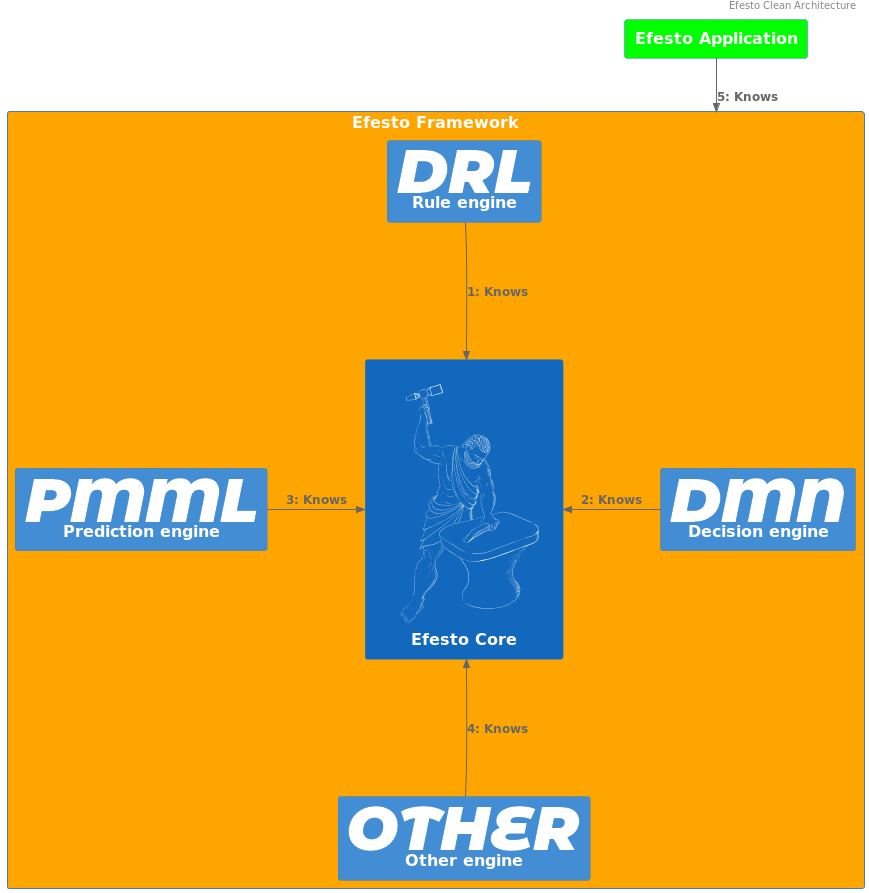
The PlantUML diagram efesto/documentation/images/efestocleanarchitecture.png in apache/incubator-kie-drools, before a commit.
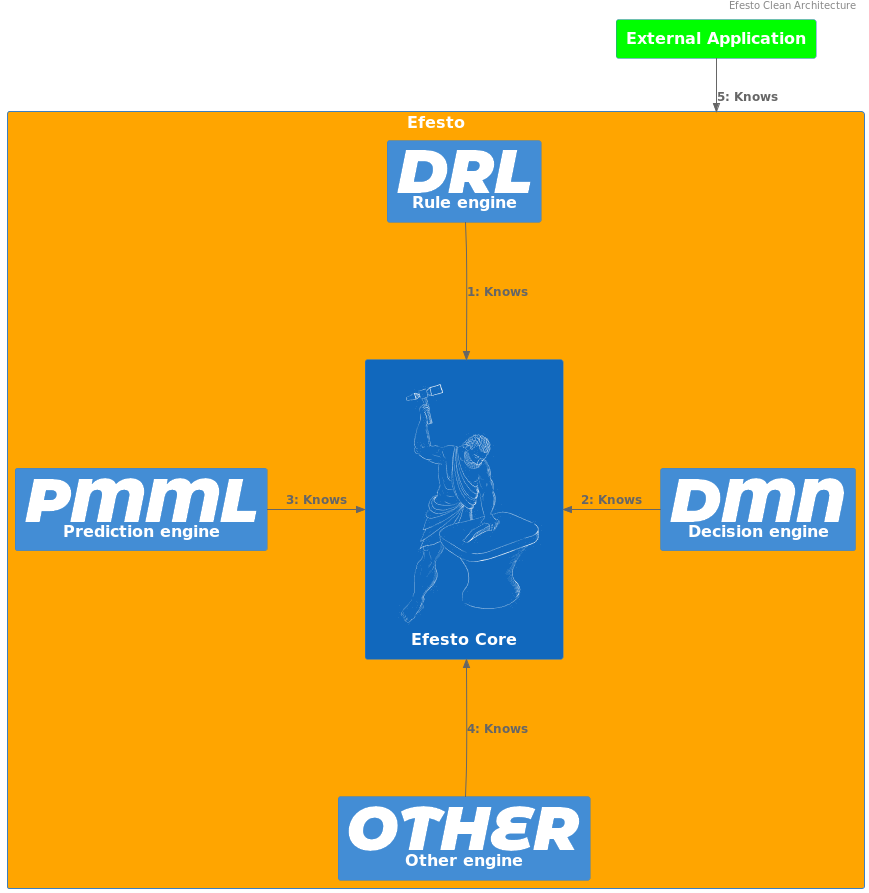
After the commit.

Commit message:
[images_efesto_post_1] Updating images

Diff of the diagram source:
```diff
@@ -20,7 +20,7 @@
 HIDE_STEREOTYPE()
 SHOW_PERSON_PORTRAIT()
 
-System(EfestoFramework, "Efesto Framework", $tags="efesto_framework_style") {
+System(EfestoFramework, "Efesto", $tags="efesto_framework_style") {
     !include puml_images/Images.puml
     AddElementTag("efesto_framework_style", $bgColor="orange")
     System(EfestoCore,"Efesto Core", $sprite="efesto")
@@ -39,7 +39,7 @@
 }
 
 AddElementTag("efesto_application_style", $bgColor="lime")
-System(EfestoApplication, "Efesto Application", $tags="efesto_application_style") {
+System(EfestoApplication, "External Application", $tags="efesto_application_style") {
 }
 
 Lay_D(EfestoApplication,EfestoFramework)
```
